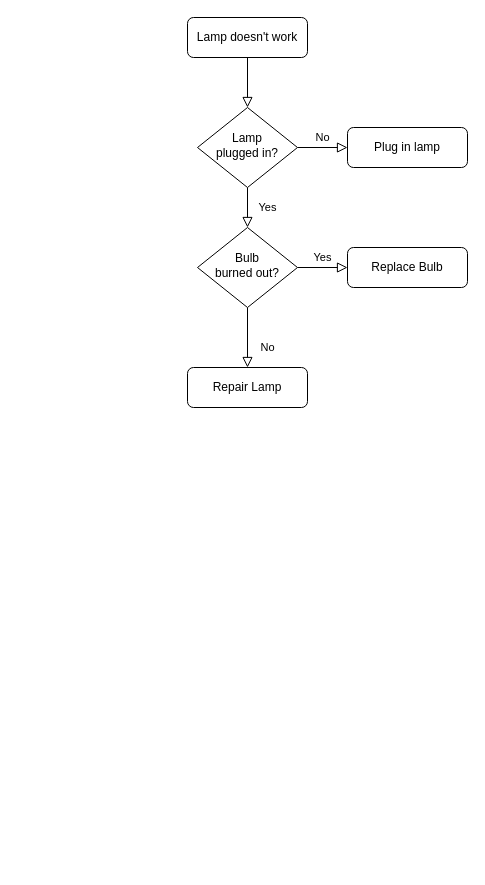
Earlier version of the draw.io diagram Диаграмма без названия.drawio (northwoodcutter/adwerts). Source tidied: cells renumbered, new cells numbered last; positions are measured from the earlier drawing's top-left corner, leaving out a move shared by most shapes. Both pictures are drawn from the tidied source at 100%, with x=0, y=0 at pixel (187, 17).
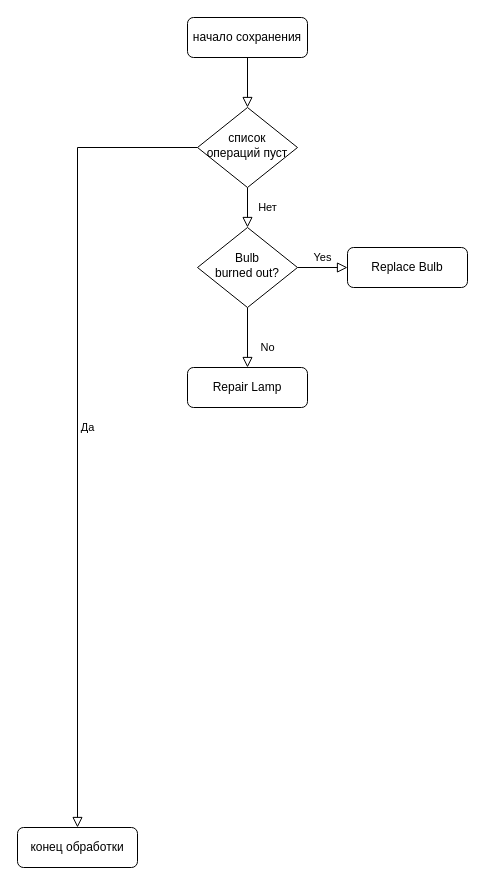
The same page after the edit.

What changed in the source:
```diff
@@
 <mxGraphModel>
   <root>
     <mxCell id="0" />
     <mxCell id="1" parent="0" />
     <mxCell id="2" style="rounded=0;html=1;jettySize=auto;fontSize=11;endArrow=block;endFill=0;endSize=8;strokeWidth=1;shadow=0;labelBackgroundColor=none;edgeStyle=orthogonalEdgeStyle;" parent="1" edge="1" source="3" target="6">
       <mxGeometry relative="1" as="geometry" />
     </mxCell>
-    <mxCell id="3" value="Lamp doesn't work" style="rounded=1;whiteSpace=wrap;html=1;fontSize=12;glass=0;strokeWidth=1;shadow=0;" parent="1" vertex="1">
+    <mxCell id="3" value="начало сохранения" style="rounded=1;whiteSpace=wrap;html=1;fontSize=12;glass=0;strokeWidth=1;shadow=0;" parent="1" vertex="1">
       <mxGeometry width="120" height="40" as="geometry" />
     </mxCell>
-    <mxCell id="4" value="Yes" style="rounded=0;html=1;jettySize=auto;fontSize=11;endArrow=block;endFill=0;endSize=8;strokeWidth=1;shadow=0;labelBackgroundColor=none;edgeStyle=orthogonalEdgeStyle;" parent="1" edge="1" source="6" target="10">
+    <mxCell id="4" value="Нет" style="rounded=0;html=1;jettySize=auto;fontSize=11;endArrow=block;endFill=0;endSize=8;strokeWidth=1;shadow=0;labelBackgroundColor=none;edgeStyle=orthogonalEdgeStyle;" parent="1" edge="1" source="6" target="10">
       <mxGeometry y="20" relative="1" as="geometry" />
     </mxCell>
-    <mxCell id="5" value="No" style="edgeStyle=orthogonalEdgeStyle;rounded=0;html=1;jettySize=auto;fontSize=11;endArrow=block;endFill=0;endSize=8;strokeWidth=1;shadow=0;labelBackgroundColor=none;" parent="1" edge="1" source="6" target="7">
+    <mxCell id="5" value="Да" style="edgeStyle=orthogonalEdgeStyle;rounded=0;html=1;jettySize=auto;fontSize=11;endArrow=block;endFill=0;endSize=8;strokeWidth=1;shadow=0;labelBackgroundColor=none;" parent="1" edge="1" source="6" target="7">
       <mxGeometry y="10" relative="1" as="geometry" />
     </mxCell>
-    <mxCell id="6" value="Lamp&lt;br&gt;plugged in?" style="rhombus;whiteSpace=wrap;html=1;shadow=0;fontFamily=Helvetica;fontSize=12;align=center;strokeWidth=1;spacing=6;spacingTop=-4;" parent="1" vertex="1">
+    <mxCell id="6" value="список операций пуст" style="rhombus;whiteSpace=wrap;html=1;shadow=0;fontFamily=Helvetica;fontSize=12;align=center;strokeWidth=1;spacing=6;spacingTop=-4;" parent="1" vertex="1">
       <mxGeometry x="10" y="90" width="100" height="80" as="geometry" />
     </mxCell>
-    <mxCell id="7" value="Plug in lamp" style="rounded=1;whiteSpace=wrap;html=1;fontSize=12;glass=0;strokeWidth=1;shadow=0;" parent="1" vertex="1">
-      <mxGeometry x="160" y="110" width="120" height="40" as="geometry" />
+    <mxCell id="7" value="конец обработки" style="rounded=1;whiteSpace=wrap;html=1;fontSize=12;glass=0;strokeWidth=1;shadow=0;" parent="1" vertex="1">
+      <mxGeometry x="-170" y="810" width="120" height="40" as="geometry" />
     </mxCell>
     <mxCell id="8" value="No" style="rounded=0;html=1;jettySize=auto;fontSize=11;endArrow=block;endFill=0;endSize=8;strokeWidth=1;shadow=0;labelBackgroundColor=none;edgeStyle=orthogonalEdgeStyle;" parent="1" edge="1" source="10" target="11">
       <mxGeometry x="0.33" y="20" relative="1" as="geometry" />
     </mxCell>
     <mxCell id="9" value="Yes" style="edgeStyle=orthogonalEdgeStyle;rounded=0;html=1;jettySize=auto;fontSize=11;endArrow=block;endFill=0;endSize=8;strokeWidth=1;shadow=0;labelBackgroundColor=none;" parent="1" edge="1" source="10" target="12">
       <mxGeometry y="10" relative="1" as="geometry" />
     </mxCell>
     <mxCell id="10" value="Bulb&lt;br&gt;burned out?" style="rhombus;whiteSpace=wrap;html=1;shadow=0;fontFamily=Helvetica;fontSize=12;align=center;strokeWidth=1;spacing=6;spacingTop=-4;" parent="1" vertex="1">
       <mxGeometry x="10" y="210" width="100" height="80" as="geometry" />
     </mxCell>
     <mxCell id="11" value="Repair Lamp" style="rounded=1;whiteSpace=wrap;html=1;fontSize=12;glass=0;strokeWidth=1;shadow=0;" parent="1" vertex="1">
       <mxGeometry y="350" width="120" height="40" as="geometry" />
     </mxCell>
     <mxCell id="12" value="Replace Bulb" style="rounded=1;whiteSpace=wrap;html=1;fontSize=12;glass=0;strokeWidth=1;shadow=0;" parent="1" vertex="1">
       <mxGeometry x="160" y="230" width="120" height="40" as="geometry" />
     </mxCell>
   </root>
 </mxGraphModel>
```
